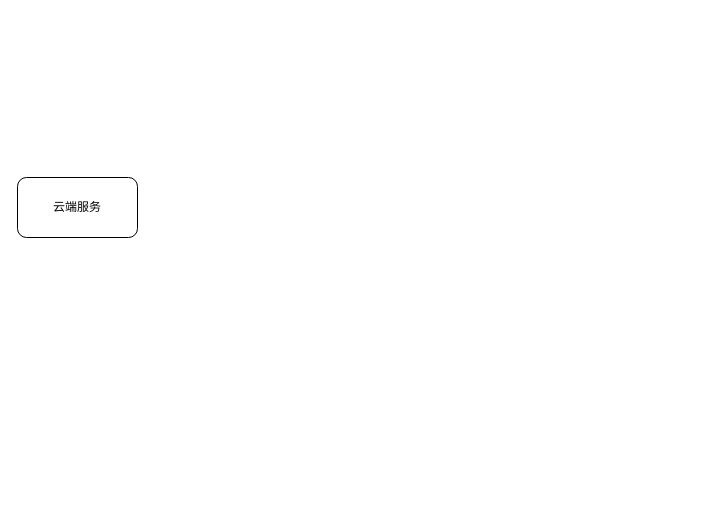
jyrnan/Diagram keeps this draw.io diagram as 未命名绘图.drawio. Above is the earlier version. Source tidied: cells renumbered, new cells numbered last; positions are measured from the earlier drawing's top-left corner, leaving out a move shared by most shapes. Both pictures are drawn from the tidied source at 100%, with x=0, y=0 at pixel (17, 177).
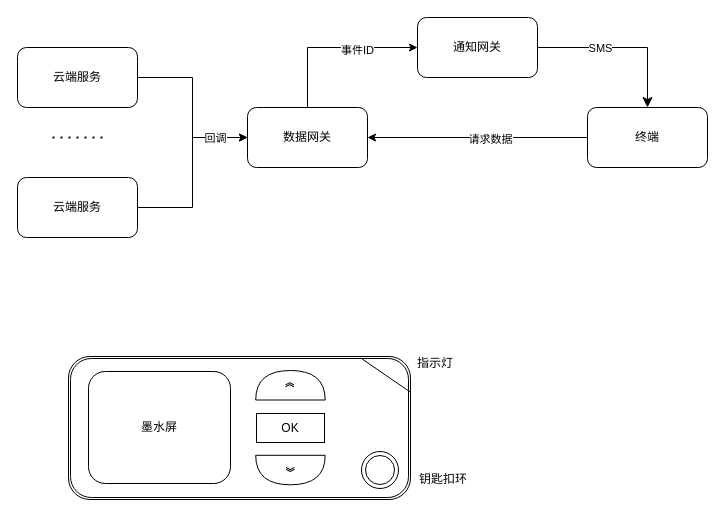
The same page after the edit.

Commit message:
更新未命名绘图.drawio

Unchanged cells that the change refers to:
```xml
<mxCell id="2" value="云端服务" style="rounded=1;whiteSpace=wrap;html=1;" parent="1" vertex="1">
  <mxGeometry width="120" height="60" as="geometry" />
</mxCell>
```

What changed in the source:
```diff
@@
+    <mxCell id="3" style="edgeStyle=orthogonalEdgeStyle;rounded=0;jettySize=auto;html=1;entryX=0;entryY=0.5;entryDx=0;entryDy=0;" parent="1" edge="1" source="2" target="9">
+      <mxGeometry relative="1" as="geometry" />
+    </mxCell>
@@
+    <mxCell id="4" style="edgeStyle=orthogonalEdgeStyle;rounded=0;jettySize=auto;html=1;entryX=0;entryY=0.5;entryDx=0;entryDy=0;" parent="1" edge="1" source="6" target="9">
+      <mxGeometry relative="1" as="geometry" />
+    </mxCell>
+    <mxCell id="5" value="回调" style="edgeLabel;html=1;align=center;verticalAlign=middle;" parent="4" vertex="1">
+      <mxGeometry x="0.61" relative="1" as="geometry" />
+    </mxCell>
+    <mxCell id="6" value="云端服务" style="rounded=1;whiteSpace=wrap;html=1;" parent="1" vertex="1">
+      <mxGeometry y="-130" width="120" height="60" as="geometry" />
+    </mxCell>
+    <mxCell id="7" style="edgeStyle=orthogonalEdgeStyle;rounded=0;jettySize=auto;html=1;entryX=0;entryY=0.5;entryDx=0;entryDy=0;" parent="1" edge="1" source="9" target="10">
+      <mxGeometry relative="1" as="geometry">
+        <Array as="points">
+          <mxPoint x="290" y="-130" />
+        </Array>
+      </mxGeometry>
+    </mxCell>
+    <mxCell id="8" value="事件ID" style="edgeLabel;html=1;align=center;verticalAlign=middle;" parent="7" vertex="1">
+      <mxGeometry x="0.28" y="-2" relative="1" as="geometry" />
+    </mxCell>
+    <mxCell id="9" value="数据网关" style="rounded=1;whiteSpace=wrap;html=1;" parent="1" vertex="1">
+      <mxGeometry x="230" y="-70" width="120" height="60" as="geometry" />
+    </mxCell>
+    <mxCell id="10" value="通知网关" style="rounded=1;whiteSpace=wrap;html=1;" parent="1" vertex="1">
+      <mxGeometry x="400" y="-160" width="120" height="60" as="geometry" />
+    </mxCell>
+    <mxCell id="11" style="edgeStyle=orthogonalEdgeStyle;rounded=0;jettySize=auto;html=1;entryX=1;entryY=0.5;entryDx=0;entryDy=0;" parent="1" edge="1" source="13" target="9">
+      <mxGeometry relative="1" as="geometry" />
+    </mxCell>
+    <mxCell id="12" value="请求数据" style="edgeLabel;html=1;align=center;verticalAlign=middle;" parent="11" vertex="1">
+      <mxGeometry x="-0.11" y="1" relative="1" as="geometry" />
+    </mxCell>
+    <mxCell id="13" value="终端" style="rounded=1;whiteSpace=wrap;html=1;" parent="1" vertex="1">
+      <mxGeometry x="570" y="-70" width="120" height="60" as="geometry" />
+    </mxCell>
+    <mxCell id="14" style="endArrow=none;dashed=1;html=1;dashPattern=1 3;strokeWidth=2;rounded=0;" parent="1" edge="1">
+      <mxGeometry relative="1" as="geometry">
+        <mxPoint x="35" y="-40" as="sourcePoint" />
+        <mxPoint x="90" y="-40" as="targetPoint" />
+      </mxGeometry>
+    </mxCell>
+    <mxCell id="15" style="edgeStyle=segmentEdgeStyle;endArrow=classic;html=1;curved=0;rounded=0;endSize=8;startSize=8;exitX=1;exitY=0.5;exitDx=0;exitDy=0;entryX=0.5;entryY=0;entryDx=0;entryDy=0;" parent="1" edge="1" source="10" target="13">
+      <mxGeometry relative="1" as="geometry" />
+    </mxCell>
+    <mxCell id="16" value="SMS" style="edgeLabel;html=1;align=center;verticalAlign=middle;" parent="15" vertex="1">
+      <mxGeometry x="-0.27" relative="1" as="geometry" />
+    </mxCell>
+    <mxCell id="17" style="shape=ext;double=1;rounded=1;whiteSpace=wrap;html=1;" parent="1" vertex="1">
+      <mxGeometry x="51" y="179" width="342" height="143" as="geometry" />
+    </mxCell>
+    <mxCell id="18" style="ellipse;shape=doubleEllipse;whiteSpace=wrap;html=1;" parent="1" vertex="1">
+      <mxGeometry x="344" y="274" width="37" height="37" as="geometry" />
+    </mxCell>
+    <mxCell id="19" value="墨水屏" style="rounded=1;whiteSpace=wrap;html=1;" parent="1" vertex="1">
+      <mxGeometry x="71" y="194" width="142" height="112" as="geometry" />
+    </mxCell>
+    <mxCell id="20" style="endArrow=none;html=1;rounded=0;entryX=1;entryY=0.25;entryDx=0;entryDy=0;exitX=0.856;exitY=0.013;exitDx=0;exitDy=0;exitPerimeter=0;" parent="1" edge="1" source="17" target="17">
+      <mxGeometry relative="1" as="geometry" />
+    </mxCell>
+    <mxCell id="21" value="指示灯" style="text;html=1;whiteSpace=wrap;strokeColor=none;fillColor=none;align=center;verticalAlign=middle;rounded=0;" parent="1" vertex="1">
+      <mxGeometry x="388" y="171" width="60" height="30" as="geometry" />
+    </mxCell>
+    <mxCell id="22" value="OK" style="rounded=0;whiteSpace=wrap;html=1;" parent="1" vertex="1">
+      <mxGeometry x="239" y="236" width="68" height="29" as="geometry" />
+    </mxCell>
+    <mxCell id="23" value="》" style="shape=or;whiteSpace=wrap;html=1;rotation=-90;" parent="1" vertex="1">
+      <mxGeometry x="258.2" y="173" width="29.5" height="69.5" as="geometry" />
+    </mxCell>
+    <mxCell id="24" value="》" style="shape=or;whiteSpace=wrap;html=1;rotation=90;" parent="1" vertex="1">
+      <mxGeometry x="258.2" y="257.8" width="29.5" height="69.5" as="geometry" />
+    </mxCell>
+    <mxCell id="25" value="钥匙扣环" style="text;html=1;whiteSpace=wrap;strokeColor=none;fillColor=none;align=center;verticalAlign=middle;rounded=0;" parent="1" vertex="1">
+      <mxGeometry x="396" y="287" width="60" height="30" as="geometry" />
+    </mxCell>
```
